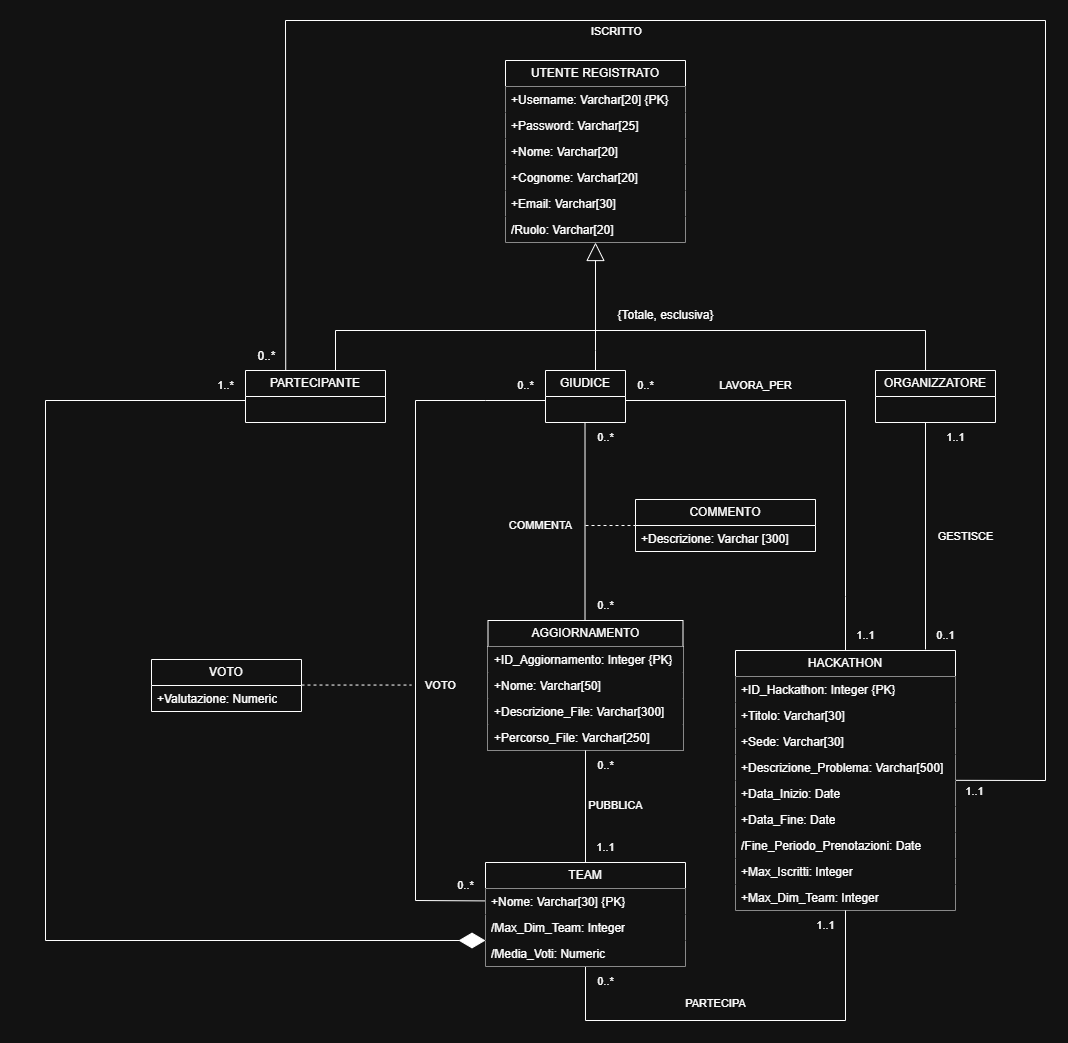
The draw.io diagram Diagramma UML Hackathon.drawio.png in galetizia/Progetto-DB, before a commit. Source tidied: cells renumbered, new cells last; positions are measured from the earlier drawing's top-left corner, leaving out a move shared by most shapes.
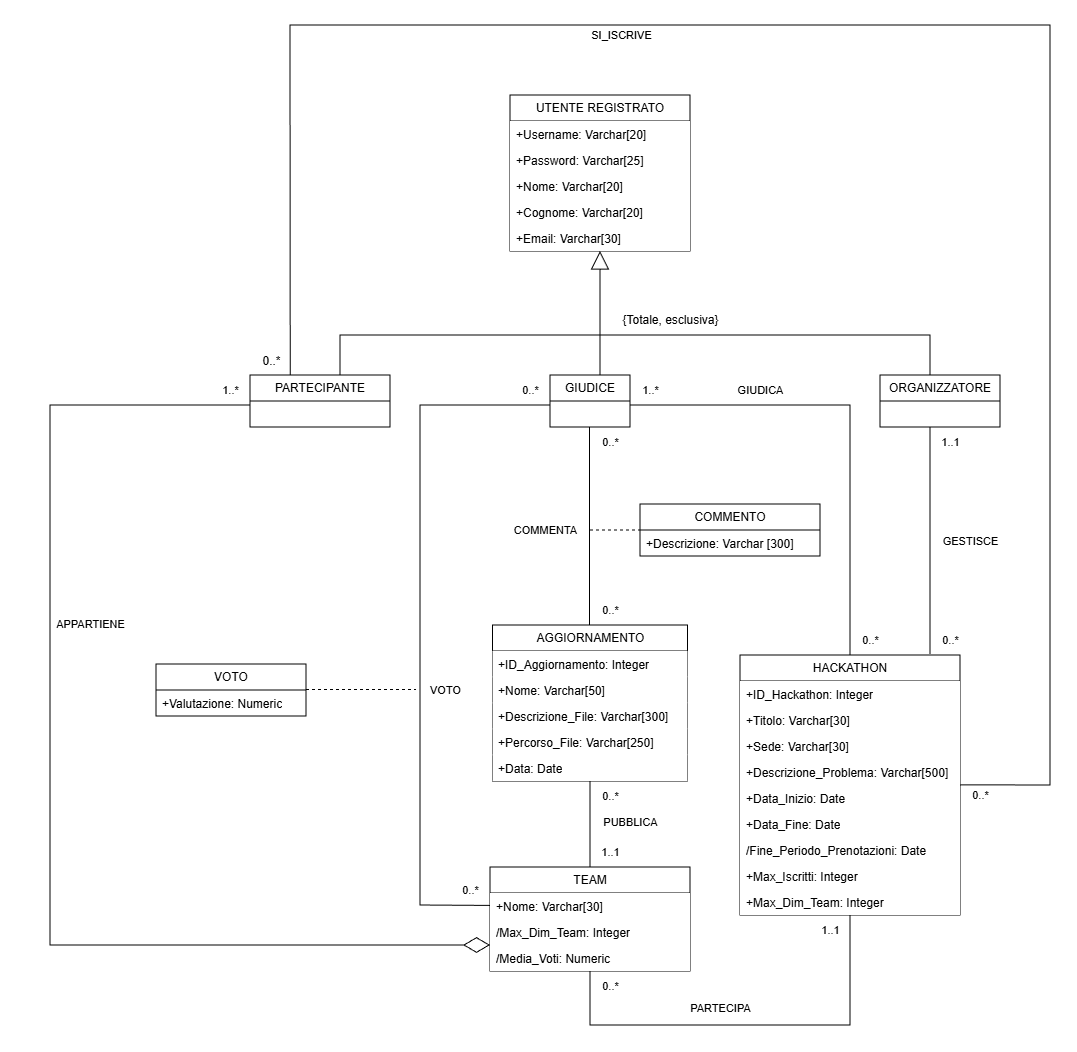
The same diagram one commit later.

Commit message:
Apportate modifiche al diagramma UML (NON RISTRUTTURATO), aggiunto campo data a ristrutturato e non, aggiornata documentazione in latex

Change to the diagram source:
```diff
@@ -5,7 +5,7 @@
     <mxCell id="2" value="PARTECIPANTE" style="swimlane;fontStyle=0;horizontal=1;startSize=26;fillColor=default;whiteSpace=wrap;html=1;" parent="1" vertex="1">
       <mxGeometry x="200" y="350" width="140" height="52" as="geometry" />
     </mxCell>
-    <mxCell id="3" style="endArrow=diamondThin;endFill=1;endSize=24;html=1;rounded=0;entryX=0;entryY=0;entryDx=0;entryDy=0;entryPerimeter=0;" parent="2" edge="1" target="23">
+    <mxCell id="3" style="endArrow=diamondThin;endFill=0;endSize=24;html=1;rounded=0;entryX=0;entryY=0;entryDx=0;entryDy=0;entryPerimeter=0;" parent="2" edge="1" target="23">
       <mxGeometry relative="1" as="geometry">
         <mxPoint y="30" as="sourcePoint" />
         <Array as="points">
@@ -14,6 +14,11 @@
         </Array>
       </mxGeometry>
     </mxCell>
+    <mxCell id="71" value="APPARTIENE" style="edgeLabel;html=1;align=center;verticalAlign=middle;" parent="3" vertex="1">
+      <mxGeometry x="-0.29" y="-3" relative="1" as="geometry">
+        <mxPoint x="43" as="offset" />
+      </mxGeometry>
+    </mxCell>
     <mxCell id="4" value="ORGANIZZATORE" style="swimlane;fontStyle=0;horizontal=1;startSize=26;fillColor=none;whiteSpace=wrap;html=1;" parent="1" vertex="1">
       <mxGeometry x="830" y="350" width="120" height="52" as="geometry" />
     </mxCell>
@@ -48,7 +53,7 @@
     <mxCell id="9" value="HACKATHON" style="swimlane;fontStyle=0;horizontal=1;startSize=26;fillColor=default;whiteSpace=wrap;html=1;" parent="1" vertex="1">
       <mxGeometry x="690" y="630" width="220" height="260" as="geometry" />
     </mxCell>
-    <mxCell id="10" value="+ID_Hackathon: Integer {PK}" style="text;strokeColor=none;fillColor=default;align=left;verticalAlign=top;spacingLeft=4;spacingRight=4;overflow=hidden;whiteSpace=wrap;html=1;" parent="9" vertex="1">
+    <mxCell id="10" value="+ID_Hackathon: Integer" style="text;strokeColor=none;fillColor=default;align=left;verticalAlign=top;spacingLeft=4;spacingRight=4;overflow=hidden;whiteSpace=wrap;html=1;" parent="9" vertex="1">
       <mxGeometry y="26" width="220" height="26" as="geometry" />
     </mxCell>
     <mxCell id="11" value="+Titolo: Varchar[30]" style="text;strokeColor=none;fillColor=default;align=left;verticalAlign=top;spacingLeft=4;spacingRight=4;overflow=hidden;whiteSpace=wrap;html=1;" parent="9" vertex="1">
@@ -86,7 +91,7 @@
     <mxCell id="20" value="TEAM" style="swimlane;fontStyle=0;horizontal=1;startSize=26;fillColor=default;whiteSpace=wrap;html=1;" parent="1" vertex="1">
       <mxGeometry x="440" y="842" width="200" height="104" as="geometry" />
     </mxCell>
-    <mxCell id="21" value="+Nome: Varchar[30] {PK}" style="text;strokeColor=none;fillColor=default;align=left;verticalAlign=top;spacingLeft=4;spacingRight=4;overflow=hidden;points=[[0,0.5],[1,0.5]];portConstraint=eastwest;whiteSpace=wrap;html=1;" parent="20" vertex="1">
+    <mxCell id="21" value="+Nome: Varchar[30]" style="text;strokeColor=none;fillColor=default;align=left;verticalAlign=top;spacingLeft=4;spacingRight=4;overflow=hidden;points=[[0,0.5],[1,0.5]];portConstraint=eastwest;whiteSpace=wrap;html=1;" parent="20" vertex="1">
       <mxGeometry y="26" width="200" height="26" as="geometry" />
     </mxCell>
     <mxCell id="22" value="/Max_Dim_Team: Integer" style="text;strokeColor=none;fillColor=default;align=left;verticalAlign=top;spacingLeft=4;spacingRight=4;overflow=hidden;whiteSpace=wrap;html=1;" parent="20" vertex="1">
@@ -96,9 +101,9 @@
       <mxGeometry y="78" width="200" height="26" as="geometry" />
     </mxCell>
     <mxCell id="24" value="AGGIORNAMENTO" style="swimlane;fontStyle=0;horizontal=1;startSize=26;fillColor=default;whiteSpace=wrap;html=1;" parent="1" vertex="1">
-      <mxGeometry x="442.5" y="600" width="195" height="130" as="geometry" />
+      <mxGeometry x="442.5" y="600" width="195" height="156" as="geometry" />
     </mxCell>
-    <mxCell id="25" value="+ID_Aggiornamento: Integer {PK}" style="text;strokeColor=none;fillColor=default;align=left;verticalAlign=top;spacingLeft=4;spacingRight=4;overflow=hidden;whiteSpace=wrap;html=1;" parent="24" vertex="1">
+    <mxCell id="25" value="+ID_Aggiornamento: Integer" style="text;strokeColor=none;fillColor=default;align=left;verticalAlign=top;spacingLeft=4;spacingRight=4;overflow=hidden;whiteSpace=wrap;html=1;" parent="24" vertex="1">
       <mxGeometry y="26" width="195" height="26" as="geometry" />
     </mxCell>
     <mxCell id="26" value="+Nome: Varchar[50]" style="text;strokeColor=none;fillColor=default;align=left;verticalAlign=top;spacingLeft=4;spacingRight=4;overflow=hidden;whiteSpace=wrap;html=1;" parent="24" vertex="1">
@@ -110,6 +115,9 @@
     <mxCell id="28" value="+Percorso_File: Varchar[250]" style="text;strokeColor=none;fillColor=default;align=left;verticalAlign=top;spacingLeft=4;spacingRight=4;overflow=hidden;whiteSpace=wrap;html=1;" parent="24" vertex="1">
       <mxGeometry y="104" width="195" height="26" as="geometry" />
     </mxCell>
+    <mxCell id="72" value="+Data: Date" style="text;strokeColor=none;fillColor=default;align=left;verticalAlign=top;spacingLeft=4;spacingRight=4;overflow=hidden;whiteSpace=wrap;html=1;" parent="24" vertex="1">
+      <mxGeometry y="130" width="195" height="26" as="geometry" />
+    </mxCell>
     <mxCell id="29" style="edgeStyle=none;shape=connector;rounded=0;jettySize=auto;html=1;exitX=0.5;exitY=1;exitDx=0;exitDy=0;entryX=0.5;entryY=0;entryDx=0;entryDy=0;strokeColor=default;align=center;verticalAlign=middle;fontFamily=Helvetica;fontSize=11;fontColor=default;labelBackgroundColor=default;endArrow=none;" parent="1" edge="1" source="24" target="20">
       <mxGeometry relative="1" as="geometry" />
     </mxCell>
@@ -125,8 +133,8 @@
     <mxCell id="32" value="+Valutazione: Numeric" style="text;strokeColor=none;fillColor=none;align=left;verticalAlign=top;spacingLeft=4;spacingRight=4;overflow=hidden;whiteSpace=wrap;html=1;" parent="31" vertex="1">
       <mxGeometry y="26" width="150" height="26" as="geometry" />
     </mxCell>
-    <mxCell id="33" value="LAVORA_PER" style="text;html=1;align=center;verticalAlign=middle;strokeColor=none;fillColor=none;fontFamily=Helvetica;fontSize=11;fontColor=default;labelBackgroundColor=default;" parent="1" vertex="1">
-      <mxGeometry x="660" y="350" width="100" height="30" as="geometry" />
+    <mxCell id="33" value="GIUDICA" style="text;html=1;align=center;verticalAlign=middle;strokeColor=none;fillColor=none;fontFamily=Helvetica;fontSize=11;fontColor=default;labelBackgroundColor=default;" parent="1" vertex="1">
+      <mxGeometry x="675" y="350" width="70" height="30" as="geometry" />
     </mxCell>
     <mxCell id="34" value="GESTISCE" style="text;html=1;align=center;verticalAlign=middle;strokeColor=none;fillColor=none;fontFamily=Helvetica;fontSize=11;fontColor=default;labelBackgroundColor=default;" parent="1" vertex="1">
       <mxGeometry x="880" y="501" width="80" height="30" as="geometry" />
@@ -135,7 +143,7 @@
       <mxGeometry x="630" y="968" width="80" height="30" as="geometry" />
     </mxCell>
     <mxCell id="36" value="PUBBLICA" style="text;html=1;align=center;verticalAlign=middle;strokeColor=none;fillColor=none;fontFamily=Helvetica;fontSize=11;fontColor=default;labelBackgroundColor=default;" parent="1" vertex="1">
-      <mxGeometry x="530" y="770" width="80" height="30" as="geometry" />
+      <mxGeometry x="540" y="782" width="80" height="30" as="geometry" />
     </mxCell>
     <mxCell id="37" value="COMMENTA" style="text;html=1;align=center;verticalAlign=middle;strokeColor=none;fillColor=none;fontFamily=Helvetica;fontSize=11;fontColor=default;labelBackgroundColor=default;" parent="1" vertex="1">
       <mxGeometry x="450" y="490" width="90" height="30" as="geometry" />
@@ -147,7 +155,7 @@
       <mxGeometry x="540" y="812" width="40" height="30" as="geometry" />
     </mxCell>
     <mxCell id="40" value="0..*" style="text;html=1;align=center;verticalAlign=middle;strokeColor=none;fillColor=none;fontFamily=Helvetica;fontSize=11;fontColor=default;labelBackgroundColor=default;" parent="1" vertex="1">
-      <mxGeometry x="540" y="730" width="40" height="30" as="geometry" />
+      <mxGeometry x="540" y="756" width="40" height="30" as="geometry" />
     </mxCell>
     <mxCell id="41" value="0..*" style="text;html=1;align=center;verticalAlign=middle;strokeColor=none;fillColor=none;fontFamily=Helvetica;fontSize=11;fontColor=default;labelBackgroundColor=default;" parent="1" vertex="1">
       <mxGeometry x="400" y="850" width="40" height="30" as="geometry" />
@@ -164,16 +172,16 @@
     <mxCell id="45" value="1..*" style="text;html=1;align=center;verticalAlign=middle;strokeColor=none;fillColor=none;fontFamily=Helvetica;fontSize=11;fontColor=default;labelBackgroundColor=default;" parent="1" vertex="1">
       <mxGeometry x="160" y="350" width="40" height="30" as="geometry" />
     </mxCell>
-    <mxCell id="46" value="0..*" style="text;html=1;align=center;verticalAlign=middle;strokeColor=none;fillColor=none;fontFamily=Helvetica;fontSize=11;fontColor=default;labelBackgroundColor=default;" parent="1" vertex="1">
+    <mxCell id="46" value="1..*" style="text;html=1;align=center;verticalAlign=middle;strokeColor=none;fillColor=none;fontFamily=Helvetica;fontSize=11;fontColor=default;labelBackgroundColor=default;" parent="1" vertex="1">
       <mxGeometry x="580" y="350" width="40" height="30" as="geometry" />
     </mxCell>
-    <mxCell id="47" value="1..1" style="text;html=1;align=center;verticalAlign=middle;strokeColor=none;fillColor=none;fontFamily=Helvetica;fontSize=11;fontColor=default;labelBackgroundColor=default;" parent="1" vertex="1">
+    <mxCell id="47" value="0..*" style="text;html=1;align=center;verticalAlign=middle;strokeColor=none;fillColor=none;fontFamily=Helvetica;fontSize=11;fontColor=default;labelBackgroundColor=default;" parent="1" vertex="1">
       <mxGeometry x="800" y="600" width="40" height="30" as="geometry" />
     </mxCell>
     <mxCell id="48" value="1..1" style="text;html=1;align=center;verticalAlign=middle;strokeColor=none;fillColor=none;fontFamily=Helvetica;fontSize=11;fontColor=default;labelBackgroundColor=default;" parent="1" vertex="1">
-      <mxGeometry x="890" y="402" width="40" height="30" as="geometry" />
+      <mxGeometry x="880" y="402" width="40" height="30" as="geometry" />
     </mxCell>
-    <mxCell id="49" value="0..1" style="text;html=1;align=center;verticalAlign=middle;strokeColor=none;fillColor=none;fontFamily=Helvetica;fontSize=11;fontColor=default;labelBackgroundColor=default;" parent="1" vertex="1">
+    <mxCell id="49" value="0..*" style="text;html=1;align=center;verticalAlign=middle;strokeColor=none;fillColor=none;fontFamily=Helvetica;fontSize=11;fontColor=default;labelBackgroundColor=default;" parent="1" vertex="1">
       <mxGeometry x="880" y="600" width="40" height="30" as="geometry" />
     </mxCell>
     <mxCell id="50" value="1..1" style="text;html=1;align=center;verticalAlign=middle;strokeColor=none;fillColor=none;fontFamily=Helvetica;fontSize=11;fontColor=default;labelBackgroundColor=default;" parent="1" vertex="1">
@@ -183,9 +191,9 @@
       <mxGeometry x="540" y="946" width="40" height="30" as="geometry" />
     </mxCell>
     <mxCell id="52" value="UTENTE REGISTRATO" style="swimlane;fontStyle=0;horizontal=1;startSize=26;fillColor=default;whiteSpace=wrap;html=1;" parent="1" vertex="1">
-      <mxGeometry x="460" y="40" width="180" height="182" as="geometry" />
+      <mxGeometry x="460" y="70" width="180" height="156" as="geometry" />
     </mxCell>
-    <mxCell id="53" value="+Username: Varchar[20] {PK}" style="text;strokeColor=none;fillColor=default;align=left;verticalAlign=top;spacingLeft=4;spacingRight=4;overflow=hidden;whiteSpace=wrap;html=1;" parent="52" vertex="1">
+    <mxCell id="53" value="+Username: Varchar[20]" style="text;strokeColor=none;fillColor=default;align=left;verticalAlign=top;spacingLeft=4;spacingRight=4;overflow=hidden;whiteSpace=wrap;html=1;" parent="52" vertex="1">
       <mxGeometry y="26" width="180" height="26" as="geometry" />
     </mxCell>
     <mxCell id="54" value="+Password: Varchar[25]" style="text;strokeColor=none;fillColor=default;align=left;verticalAlign=top;spacingLeft=4;spacingRight=4;overflow=hidden;whiteSpace=wrap;html=1;" parent="52" vertex="1">
@@ -200,9 +208,6 @@
     <mxCell id="57" value="+Email: Varchar[30&lt;span style=&quot;background-color: transparent; color: light-dark(rgb(0, 0, 0), rgb(255, 255, 255));&quot;&gt;]&lt;/span&gt;" style="text;strokeColor=none;fillColor=default;align=left;verticalAlign=top;spacingLeft=4;spacingRight=4;overflow=hidden;whiteSpace=wrap;html=1;" parent="52" vertex="1">
       <mxGeometry y="130" width="180" height="26" as="geometry" />
     </mxCell>
-    <mxCell id="58" value="/Ruolo: Varchar[20]" style="text;strokeColor=none;fillColor=default;align=left;verticalAlign=top;spacingLeft=4;spacingRight=4;overflow=hidden;whiteSpace=wrap;html=1;" parent="52" vertex="1">
-      <mxGeometry y="156" width="180" height="26" as="geometry" />
-    </mxCell>
     <mxCell id="59" style="endArrow=none;html=1;rounded=0;exitX=0.75;exitY=0;exitDx=0;exitDy=0;entryX=0.667;entryY=0;entryDx=0;entryDy=0;entryPerimeter=0;" parent="1" edge="1">
       <mxGeometry relative="1" as="geometry">
         <mxPoint x="550" y="350" as="sourcePoint" />
@@ -246,14 +251,14 @@
         <mxPoint x="-22" as="offset" />
       </mxGeometry>
     </mxCell>
-    <mxCell id="65" value="ISCRITTO" style="edgeLabel;html=1;align=center;verticalAlign=middle;" parent="63" vertex="1">
+    <mxCell id="65" value="SI_ISCRIVE" style="edgeLabel;html=1;align=center;verticalAlign=middle;" parent="63" vertex="1">
       <mxGeometry x="-0.36" y="-1" relative="1" as="geometry">
         <mxPoint x="49" y="9" as="offset" />
       </mxGeometry>
     </mxCell>
-    <mxCell id="66" value="1..1" style="edgeLabel;html=1;align=center;verticalAlign=middle;" parent="63" vertex="1">
+    <mxCell id="66" value="0..*" style="edgeLabel;html=1;align=center;verticalAlign=middle;" parent="63" vertex="1">
       <mxGeometry x="0.96" relative="1" as="geometry">
-        <mxPoint x="-20" y="10" as="offset" />
+        <mxPoint x="-19" y="10" as="offset" />
       </mxGeometry>
     </mxCell>
     <mxCell id="67" style="edgeStyle=none;shape=connector;rounded=0;orthogonalLoop=1;jettySize=auto;html=1;exitX=1;exitY=0.5;exitDx=0;exitDy=0;strokeColor=default;align=center;verticalAlign=middle;fontFamily=Helvetica;fontSize=11;fontColor=default;labelBackgroundColor=default;endArrow=none;dashed=1;" parent="1" edge="1">
```
